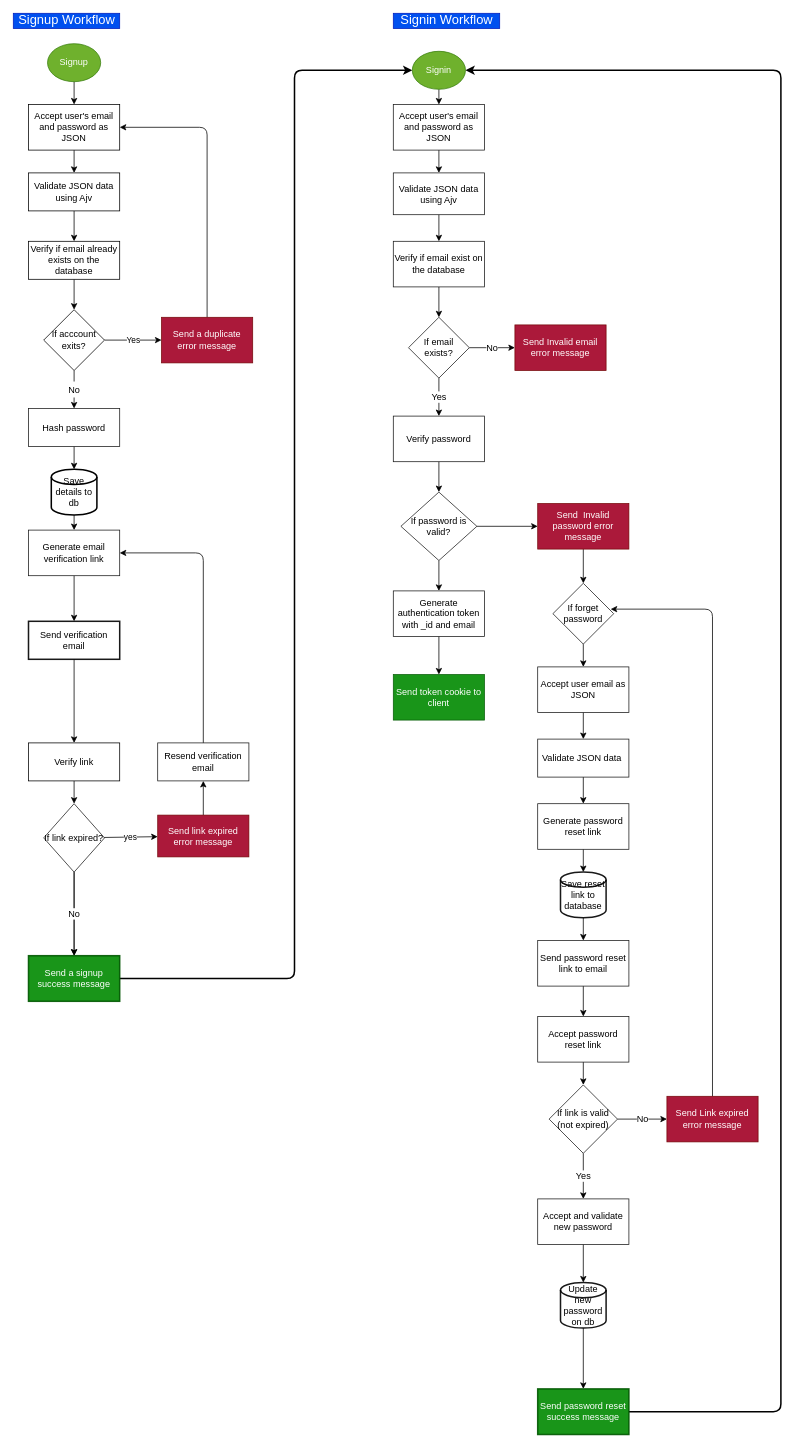
The draw.io diagram medbookly_backend_workflow.drawio in Jayflashy/cohort2.0_backend_api, before the edit. Source tidied: cells renumbered, new cells numbered last; positions are measured from the earlier drawing's top-left corner, leaving out a move shared by most shapes. Both pictures are drawn from the tidied source at 76%, with x=0, y=0 at pixel (13, 13).
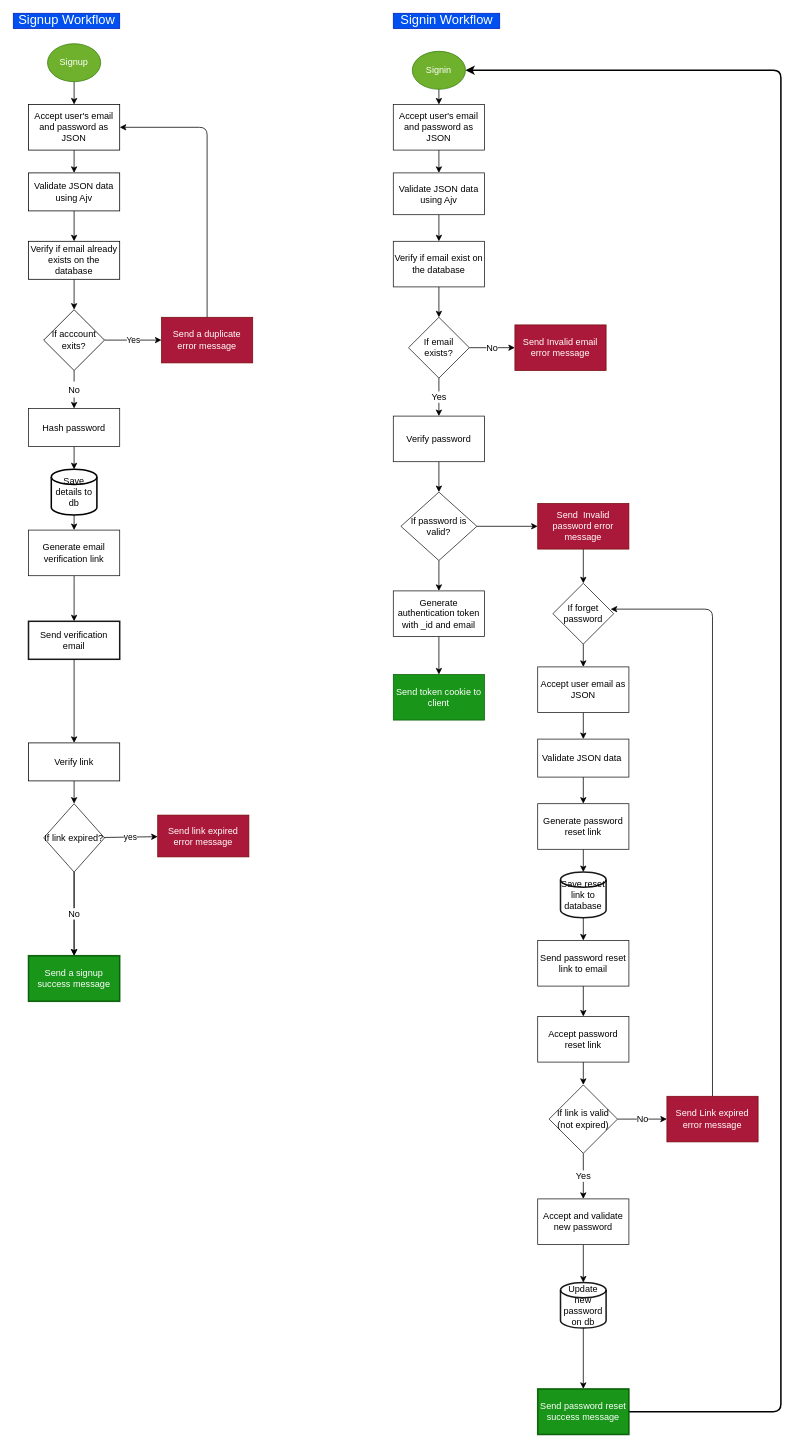
After the change.

The change refers to these unchanged cells:
```xml
<mxCell id="20" value="Send a signup success message" style="whiteSpace=wrap;html=1;strokeWidth=2;opacity=90;fillColor=#008a00;fontColor=#ffffff;strokeColor=#005700;" parent="1" vertex="1">
  <mxGeometry x="20" y="1240" width="120" height="60" as="geometry" />
</mxCell>
<mxCell id="69" value="Signin" style="ellipse;whiteSpace=wrap;html=1;fontSize=12;strokeWidth=1;opacity=90;fillColor=#60a917;fontColor=#ffffff;strokeColor=#2D7600;" parent="1" vertex="1">
  <mxGeometry x="525" y="50" width="70" height="50" as="geometry" />
</mxCell>
<mxCell id="75" value="Generate email verification link" style="rounded=0;whiteSpace=wrap;html=1;fontSize=12;strokeWidth=1;opacity=90;" parent="1" vertex="1">
  <mxGeometry x="20" y="680" width="120" height="60" as="geometry" />
</mxCell>
<mxCell id="79" value="Send link expired error message" style="whiteSpace=wrap;html=1;strokeWidth=1;opacity=90;fillColor=#a20025;fontColor=#ffffff;strokeColor=#6F0000;" parent="1" vertex="1">
  <mxGeometry x="190" y="1055" width="120" height="55" as="geometry" />
</mxCell>
```

The edit, as a diff of the source:
```diff
@@
-    <mxCell id="19" style="edgeStyle=none;html=1;exitX=1;exitY=0.5;exitDx=0;exitDy=0;entryX=0;entryY=0.5;entryDx=0;entryDy=0;fontSize=12;strokeWidth=2;" parent="1" edge="1" source="20" target="69">
-      <mxGeometry relative="1" as="geometry">
-        <Array as="points">
-          <mxPoint x="370" y="1270" />
-          <mxPoint x="370" y="1040" />
-          <mxPoint x="370" y="75" />
-        </Array>
-      </mxGeometry>
-    </mxCell>
@@
-    <mxCell id="78" style="edgeStyle=none;html=1;" parent="1" edge="1" source="79" target="81">
-      <mxGeometry relative="1" as="geometry" />
-    </mxCell>
@@
-    <mxCell id="80" style="edgeStyle=none;html=1;exitX=0.5;exitY=0;exitDx=0;exitDy=0;entryX=1;entryY=0.5;entryDx=0;entryDy=0;" parent="1" edge="1" source="81" target="75">
-      <mxGeometry relative="1" as="geometry">
-        <Array as="points">
-          <mxPoint x="250" y="710" />
-        </Array>
-      </mxGeometry>
-    </mxCell>
-    <mxCell id="81" value="Resend verification email" style="whiteSpace=wrap;html=1;strokeWidth=1;opacity=90;" parent="1" vertex="1">
-      <mxGeometry x="190" y="960" width="120" height="50" as="geometry" />
-    </mxCell>
```
